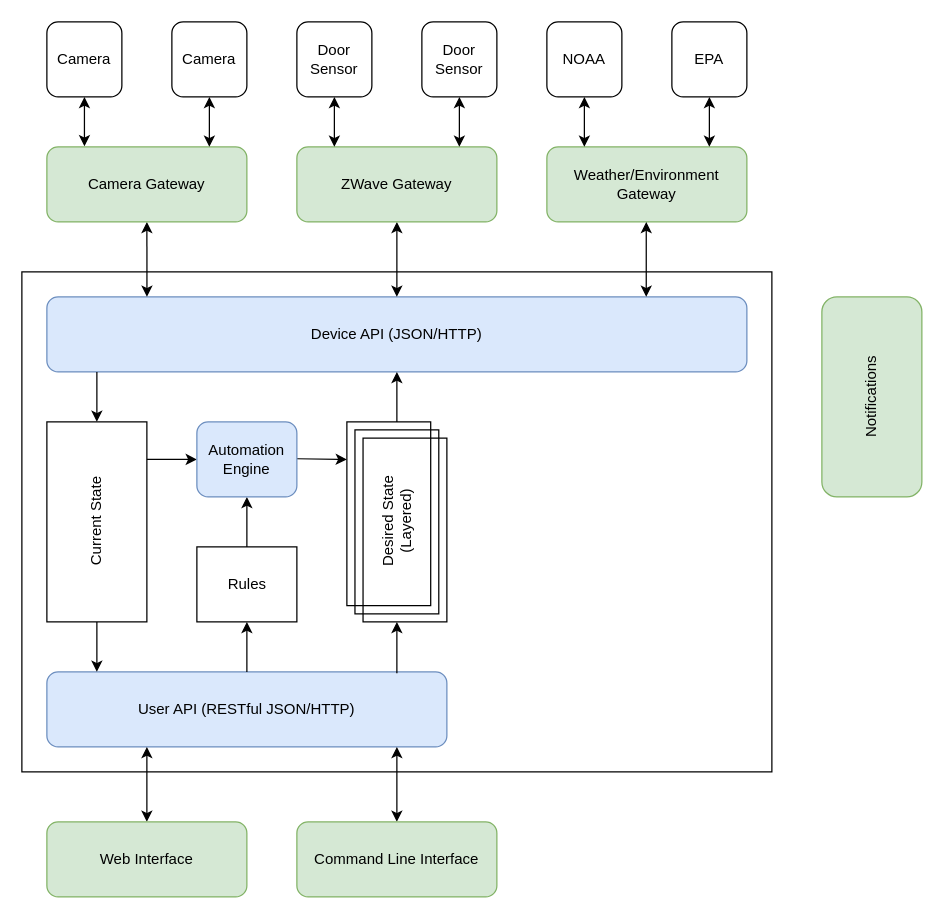
mikecamilleri/tilde keeps this draw.io diagram as notes/architecture.drawio. Above is the earlier version. Source tidied: cells renumbered, new cells numbered last; positions are measured from the earlier drawing's top-left corner, leaving out a move shared by most shapes. Both pictures are drawn from the tidied source at 125%, with x=0, y=0 at pixel (21, 21).
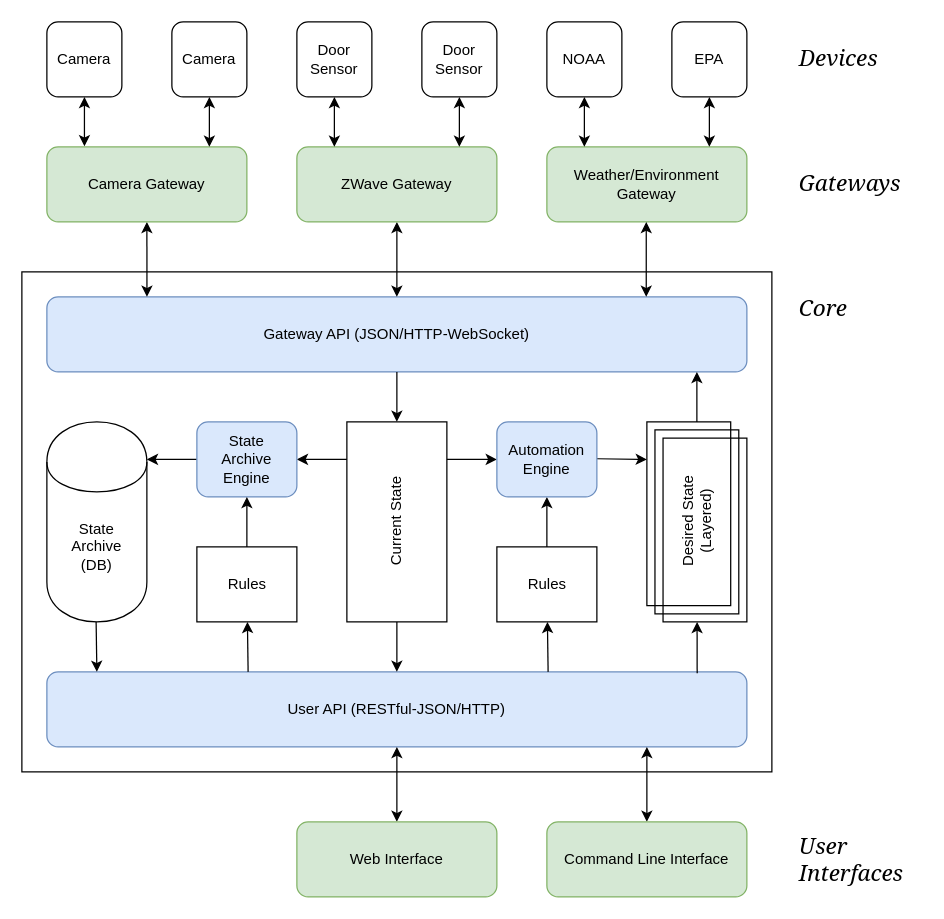
After the change.

Commit message (it also covers changes not shown here):
update requirements and architecture text and diagram

Change to the diagram source:
```diff
@@
-    <mxCell id="3" value="Device API (JSON/HTTP)" style="rounded=1;whiteSpace=wrap;html=1;fillColor=#dae8fc;strokeColor=#6c8ebf;" parent="1" vertex="1">
+    <mxCell id="3" value="Gateway API (JSON/HTTP-WebSocket)" style="rounded=1;whiteSpace=wrap;html=1;fillColor=#dae8fc;strokeColor=#6c8ebf;" parent="1" vertex="1">
       <mxGeometry x="20" y="220" width="560" height="60" as="geometry" />
     </mxCell>
-    <mxCell id="4" value="User API (RESTful JSON/HTTP)" style="rounded=1;whiteSpace=wrap;html=1;fillColor=#dae8fc;strokeColor=#6c8ebf;" parent="1" vertex="1">
-      <mxGeometry x="20" y="520" width="320" height="60" as="geometry" />
+    <mxCell id="4" value="User API (RESTful-JSON/HTTP)" style="rounded=1;whiteSpace=wrap;html=1;fillColor=#dae8fc;strokeColor=#6c8ebf;" parent="1" vertex="1">
+      <mxGeometry x="20" y="520" width="560" height="60" as="geometry" />
     </mxCell>
@@
     <mxCell id="11" style="edgeStyle=none;rounded=0;jettySize=auto;html=1;startArrow=classic;startFill=1;endArrow=classic;endFill=1;" parent="1" edge="1" source="12">
       <mxGeometry relative="1" as="geometry">
-        <mxPoint x="100" y="580" as="targetPoint" />
+        <mxPoint x="300" y="580" as="targetPoint" />
       </mxGeometry>
     </mxCell>
     <mxCell id="12" value="Web Interface&lt;br&gt;" style="rounded=1;whiteSpace=wrap;html=1;fillColor=#d5e8d4;strokeColor=#82b366;" parent="1" vertex="1">
-      <mxGeometry x="20" y="640" width="160" height="60" as="geometry" />
+      <mxGeometry x="220" y="640" width="160" height="60" as="geometry" />
     </mxCell>
     <mxCell id="13" style="edgeStyle=none;rounded=0;jettySize=auto;html=1;startArrow=classic;startFill=1;endArrow=classic;endFill=1;" parent="1" edge="1" source="14">
       <mxGeometry relative="1" as="geometry">
-        <mxPoint x="300" y="580" as="targetPoint" />
+        <mxPoint x="500" y="580" as="targetPoint" />
       </mxGeometry>
     </mxCell>
     <mxCell id="14" value="Command Line Interface&lt;br&gt;" style="rounded=1;whiteSpace=wrap;html=1;fillColor=#d5e8d4;align=center;strokeColor=#82b366;" parent="1" vertex="1">
-      <mxGeometry x="220" y="640" width="160" height="60" as="geometry" />
+      <mxGeometry x="420" y="640" width="160" height="60" as="geometry" />
     </mxCell>
-    <mxCell id="15" style="edgeStyle=none;rounded=0;jettySize=auto;html=1;startArrow=none;startFill=0;endArrow=classic;endFill=1;" parent="1" edge="1" source="17" target="3">
-      <mxGeometry relative="1" as="geometry" />
+    <mxCell id="15" style="edgeStyle=none;rounded=0;jettySize=auto;html=1;startArrow=none;startFill=0;endArrow=classic;endFill=1;" parent="1" edge="1" source="17">
+      <mxGeometry relative="1" as="geometry">
+        <mxPoint x="540" y="280" as="targetPoint" />
+      </mxGeometry>
     </mxCell>
-    <mxCell id="16" style="edgeStyle=none;rounded=0;jettySize=auto;html=1;startArrow=classic;startFill=1;endArrow=none;endFill=0;entryX=0.875;entryY=0.017;entryDx=0;entryDy=0;entryPerimeter=0;" parent="1" edge="1" source="17" target="4">
+    <mxCell id="16" style="edgeStyle=none;rounded=0;jettySize=auto;html=1;startArrow=classic;startFill=1;endArrow=none;endFill=0;entryX=0.929;entryY=0.017;entryDx=0;entryDy=0;entryPerimeter=0;" parent="1" edge="1" source="17" target="4">
       <mxGeometry relative="1" as="geometry" />
     </mxCell>
     <mxCell id="17" value="Desired State &lt;br&gt;(Layered)" style="verticalLabelPosition=middle;verticalAlign=middle;html=1;shape=mxgraph.basic.layered_rect;dx=12.94;outlineConnect=0;fillColor=none;align=center;labelPosition=center;horizontal=0;" parent="1" vertex="1">
-      <mxGeometry x="260" y="320" width="80" height="160" as="geometry" />
+      <mxGeometry x="500" y="320" width="80" height="160" as="geometry" />
     </mxCell>
     <mxCell id="18" style="edgeStyle=none;rounded=0;jettySize=auto;html=1;startArrow=classic;startFill=1;endArrow=none;endFill=0;" parent="1" edge="1" source="20">
       <mxGeometry relative="1" as="geometry">
-        <mxPoint x="60" y="280" as="targetPoint" />
+        <mxPoint x="300" y="280" as="targetPoint" />
       </mxGeometry>
     </mxCell>
     <mxCell id="19" style="edgeStyle=none;rounded=0;jettySize=auto;html=1;startArrow=classic;startFill=1;endArrow=none;endFill=0;" parent="1" edge="1" target="20">
       <mxGeometry relative="1" as="geometry">
-        <mxPoint x="60" y="520" as="sourcePoint" />
+        <mxPoint x="300" y="520" as="sourcePoint" />
       </mxGeometry>
     </mxCell>
     <mxCell id="20" value="Current State" style="verticalLabelPosition=middle;verticalAlign=middle;html=1;shape=mxgraph.basic.rect;fillColor=#ffffff;fillColor2=none;strokeColor=#000000;strokeWidth=1;size=20;indent=5;align=center;labelPosition=center;horizontal=0;" parent="1" vertex="1">
-      <mxGeometry x="20" y="320" width="80" height="160" as="geometry" />
+      <mxGeometry x="260" y="320" width="80" height="160" as="geometry" />
     </mxCell>
-    <mxCell id="21" style="edgeStyle=none;rounded=0;jettySize=auto;html=1;startArrow=classic;startFill=1;endArrow=none;endFill=0;" parent="1" edge="1" source="23" target="4">
-      <mxGeometry relative="1" as="geometry" />
+    <mxCell id="21" style="edgeStyle=none;rounded=0;jettySize=auto;html=1;startArrow=classic;startFill=1;endArrow=none;endFill=0;" parent="1" edge="1" source="23">
+      <mxGeometry relative="1" as="geometry">
+        <mxPoint x="421" y="520" as="targetPoint" />
+      </mxGeometry>
     </mxCell>
@@
     <mxCell id="23" value="Rules&lt;br&gt;" style="verticalLabelPosition=middle;verticalAlign=middle;html=1;shape=mxgraph.basic.rect;fillColor=#ffffff;fillColor2=none;strokeColor=#000000;strokeWidth=1;size=20;indent=5;align=center;labelPosition=center;" parent="1" vertex="1">
-      <mxGeometry x="140" y="420" width="80" height="60" as="geometry" />
+      <mxGeometry x="380" y="420" width="80" height="60" as="geometry" />
     </mxCell>
     <mxCell id="24" style="edgeStyle=none;rounded=0;jettySize=auto;html=1;startArrow=classic;startFill=1;endArrow=none;endFill=0;" parent="1" edge="1" source="26">
       <mxGeometry relative="1" as="geometry">
-        <mxPoint x="100" y="350" as="targetPoint" />
+        <mxPoint x="340" y="350" as="targetPoint" />
       </mxGeometry>
     </mxCell>
     <mxCell id="25" style="edgeStyle=none;rounded=0;orthogonalLoop=1;jettySize=auto;html=1;startArrow=none;startFill=0;endArrow=classic;endFill=1;" parent="1" edge="1">
       <mxGeometry relative="1" as="geometry">
-        <mxPoint x="220" y="349.5" as="sourcePoint" />
-        <mxPoint x="260" y="350" as="targetPoint" />
+        <mxPoint x="460" y="349.5" as="sourcePoint" />
+        <mxPoint x="500" y="350" as="targetPoint" />
       </mxGeometry>
     </mxCell>
     <mxCell id="26" value="Automation&lt;br&gt;Engine&lt;br&gt;" style="rounded=1;whiteSpace=wrap;html=1;fillColor=#dae8fc;align=center;strokeColor=#6c8ebf;" parent="1" vertex="1">
-      <mxGeometry x="140" y="320" width="80" height="60" as="geometry" />
+      <mxGeometry x="380" y="320" width="80" height="60" as="geometry" />
     </mxCell>
@@
-    <mxCell id="38" value="Notifications&lt;br&gt;" style="rounded=1;whiteSpace=wrap;html=1;fillColor=#d5e8d4;strokeColor=#82b366;horizontal=0;" parent="1" vertex="1">
-      <mxGeometry x="640" y="220" width="80" height="160" as="geometry" />
-    </mxCell>
@@
+    <mxCell id="40" style="edgeStyle=orthogonalEdgeStyle;rounded=0;jettySize=auto;html=1;" parent="1" edge="1" source="20" target="42">
+      <mxGeometry relative="1" as="geometry">
+        <Array as="points">
+          <mxPoint x="240" y="350" />
+          <mxPoint x="240" y="350" />
+        </Array>
+      </mxGeometry>
+    </mxCell>
+    <mxCell id="41" style="edgeStyle=orthogonalEdgeStyle;rounded=0;jettySize=auto;html=1;" parent="1" edge="1" source="42" target="43">
+      <mxGeometry relative="1" as="geometry">
+        <Array as="points">
+          <mxPoint x="100" y="350" />
+          <mxPoint x="100" y="350" />
+        </Array>
+      </mxGeometry>
+    </mxCell>
+    <mxCell id="42" value="State &lt;br&gt;Archive&lt;br&gt;&amp;nbsp;Engine&amp;nbsp;" style="rounded=1;whiteSpace=wrap;html=1;fillColor=#dae8fc;align=center;strokeColor=#6c8ebf;horizontal=1;" parent="1" vertex="1">
+      <mxGeometry x="140" y="320" width="80" height="60" as="geometry" />
+    </mxCell>
+    <mxCell id="43" value="State&lt;br&gt;Archive&lt;br&gt;(DB)" style="shape=cylinder;whiteSpace=wrap;html=1;boundedLbl=1;backgroundOutline=1;" parent="1" vertex="1">
+      <mxGeometry x="20" y="320" width="80" height="160" as="geometry" />
+    </mxCell>
+    <mxCell id="44" style="edgeStyle=none;rounded=0;jettySize=auto;html=1;startArrow=classic;startFill=1;endArrow=none;endFill=0;" parent="1" edge="1" source="46">
+      <mxGeometry relative="1" as="geometry">
+        <mxPoint x="181" y="520" as="targetPoint" />
+      </mxGeometry>
+    </mxCell>
+    <mxCell id="45" style="edgeStyle=none;rounded=0;jettySize=auto;html=1;startArrow=none;startFill=0;endArrow=classic;endFill=1;" parent="1" edge="1" source="46">
+      <mxGeometry relative="1" as="geometry">
+        <mxPoint x="180" y="380" as="targetPoint" />
+      </mxGeometry>
+    </mxCell>
+    <mxCell id="46" value="Rules&lt;br&gt;" style="verticalLabelPosition=middle;verticalAlign=middle;html=1;shape=mxgraph.basic.rect;fillColor=#ffffff;fillColor2=none;strokeColor=#000000;strokeWidth=1;size=20;indent=5;align=center;labelPosition=center;" parent="1" vertex="1">
+      <mxGeometry x="140" y="420" width="80" height="60" as="geometry" />
+    </mxCell>
+    <mxCell id="47" style="edgeStyle=none;rounded=0;orthogonalLoop=1;jettySize=auto;html=1;startArrow=classic;startFill=1;endArrow=none;endFill=0;" parent="1" edge="1">
+      <mxGeometry relative="1" as="geometry">
+        <mxPoint x="60" y="520" as="sourcePoint" />
+        <mxPoint x="59.4" y="480" as="targetPoint" />
+      </mxGeometry>
+    </mxCell>
+    <mxCell id="48" value="&lt;font style=&quot;font-size: 18px;&quot;&gt;&lt;span style=&quot;font-size: 18px;&quot;&gt;&lt;i style=&quot;font-size: 18px;&quot;&gt;Devices&lt;/i&gt;&lt;/span&gt;&lt;/font&gt;" style="text;html=1;align=left;verticalAlign=top;spacingTop=-4;fontStyle=0;fontFamily=Georgia;fontSize=18;" parent="1" vertex="1">
+      <mxGeometry x="620" y="16" width="80" height="20" as="geometry" />
+    </mxCell>
+    <mxCell id="49" value="&lt;font style=&quot;font-size: 18px;&quot;&gt;&lt;span style=&quot;font-size: 18px;&quot;&gt;&lt;i style=&quot;font-size: 18px;&quot;&gt;Gateways&lt;/i&gt;&lt;/span&gt;&lt;/font&gt;" style="text;html=1;align=left;verticalAlign=top;spacingTop=-4;fontStyle=0;fontFamily=Georgia;fontSize=18;" parent="1" vertex="1">
+      <mxGeometry x="620" y="116" width="90" height="20" as="geometry" />
+    </mxCell>
+    <mxCell id="50" value="&lt;font style=&quot;font-size: 18px;&quot;&gt;&lt;span style=&quot;font-size: 18px;&quot;&gt;&lt;i style=&quot;font-size: 18px;&quot;&gt;Core&lt;/i&gt;&lt;/span&gt;&lt;/font&gt;" style="text;html=1;align=left;verticalAlign=top;spacingTop=-4;fontStyle=0;fontFamily=Georgia;fontSize=18;" parent="1" vertex="1">
+      <mxGeometry x="620" y="216" width="50" height="20" as="geometry" />
+    </mxCell>
+    <mxCell id="51" value="&lt;span style=&quot;font-size: 18px&quot;&gt;&lt;span style=&quot;font-size: 18px&quot;&gt;&lt;i style=&quot;font-size: 18px&quot;&gt;User &lt;br&gt;Interfaces&lt;/i&gt;&lt;/span&gt;&lt;/span&gt;" style="text;html=1;align=left;verticalAlign=top;spacingTop=-4;fontStyle=0;fontFamily=Georgia;fontSize=18;" parent="1" vertex="1">
+      <mxGeometry x="620" y="646" width="100" height="50" as="geometry" />
+    </mxCell>
```
